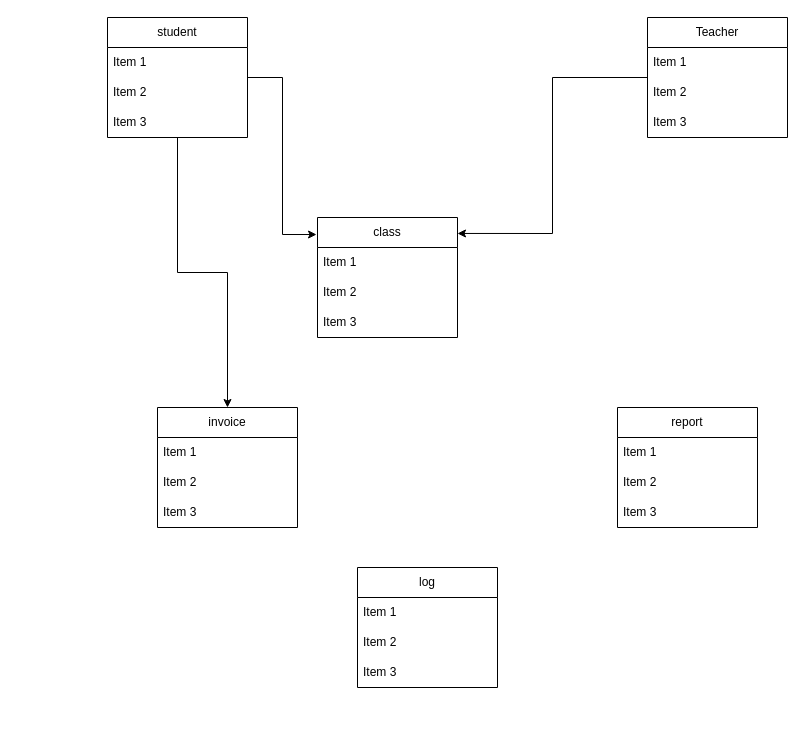
Above: project diagram.drawio in fadiabji/Preschool (draw.io), before the change. Source tidied: cells renumbered, new cells numbered last; positions are measured from the earlier drawing's top-left corner, leaving out a move shared by most shapes. Both pictures are drawn from the tidied source at 100%, with x=0, y=0 at pixel (107, 17).
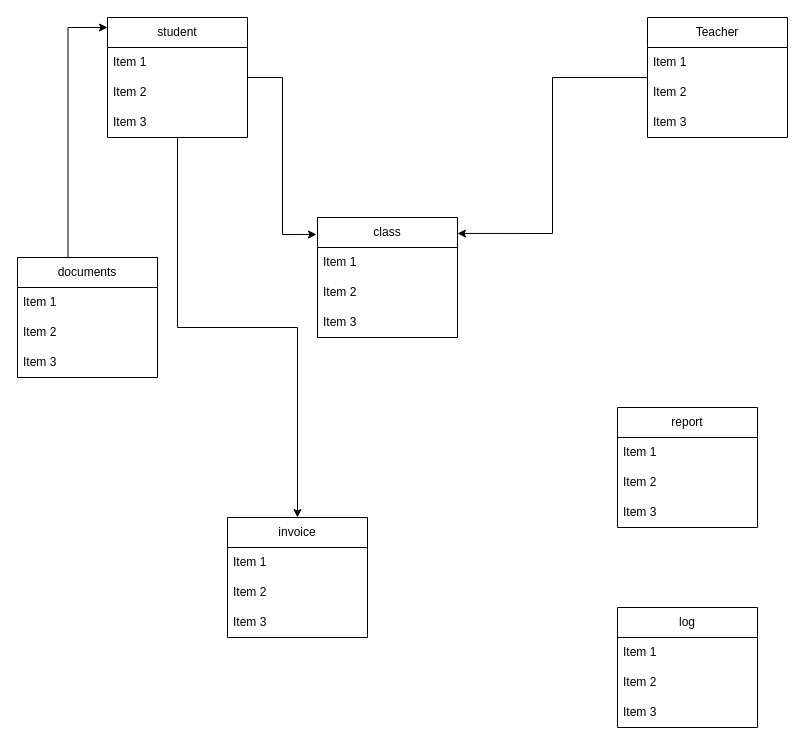
The same diagram, later.

Unchanged cells that the change refers to:
```xml
<mxCell id="4" value="student" style="swimlane;fontStyle=0;horizontal=1;startSize=30;whiteSpace=wrap;html=1;" parent="1" vertex="1">
  <mxGeometry width="140" height="120" as="geometry" />
</mxCell>
```

The edit, as a diff of the source:
```diff
@@
     <mxCell id="17" value="invoice" style="swimlane;fontStyle=0;horizontal=1;startSize=30;whiteSpace=wrap;html=1;" parent="1" vertex="1">
-      <mxGeometry x="50" y="390" width="140" height="120" as="geometry" />
+      <mxGeometry x="120" y="500" width="140" height="120" as="geometry" />
     </mxCell>
@@
     <mxCell id="25" value="log" style="swimlane;fontStyle=0;horizontal=1;startSize=30;whiteSpace=wrap;html=1;" parent="1" vertex="1">
-      <mxGeometry x="250" y="550" width="140" height="120" as="geometry" />
+      <mxGeometry x="510" y="590" width="140" height="120" as="geometry" />
     </mxCell>
@@
+    <mxCell id="29" style="edgeStyle=orthogonalEdgeStyle;rounded=0;jettySize=auto;html=1;entryX=0;entryY=0.083;entryDx=0;entryDy=0;entryPerimeter=0;exitX=0.371;exitY=-0.017;exitDx=0;exitDy=0;exitPerimeter=0;" parent="1" edge="1" target="4">
+      <mxGeometry relative="1" as="geometry">
+        <mxPoint x="-80" y="240" as="sourcePoint" />
+      </mxGeometry>
+    </mxCell>
+    <mxCell id="30" value="documents" style="swimlane;fontStyle=0;horizontal=1;startSize=30;whiteSpace=wrap;html=1;" parent="1" vertex="1">
+      <mxGeometry x="-90" y="240" width="140" height="120" as="geometry" />
+    </mxCell>
+    <mxCell id="31" value="Item 1" style="text;strokeColor=none;fillColor=none;align=left;verticalAlign=middle;spacingLeft=4;spacingRight=4;overflow=hidden;whiteSpace=wrap;html=1;" parent="30" vertex="1">
+      <mxGeometry y="30" width="140" height="30" as="geometry" />
+    </mxCell>
+    <mxCell id="32" value="Item 2" style="text;strokeColor=none;fillColor=none;align=left;verticalAlign=middle;spacingLeft=4;spacingRight=4;overflow=hidden;whiteSpace=wrap;html=1;" parent="30" vertex="1">
+      <mxGeometry y="60" width="140" height="30" as="geometry" />
+    </mxCell>
+    <mxCell id="33" value="Item 3" style="text;strokeColor=none;fillColor=none;align=left;verticalAlign=middle;spacingLeft=4;spacingRight=4;overflow=hidden;whiteSpace=wrap;html=1;" parent="30" vertex="1">
+      <mxGeometry y="90" width="140" height="30" as="geometry" />
+    </mxCell>
```
